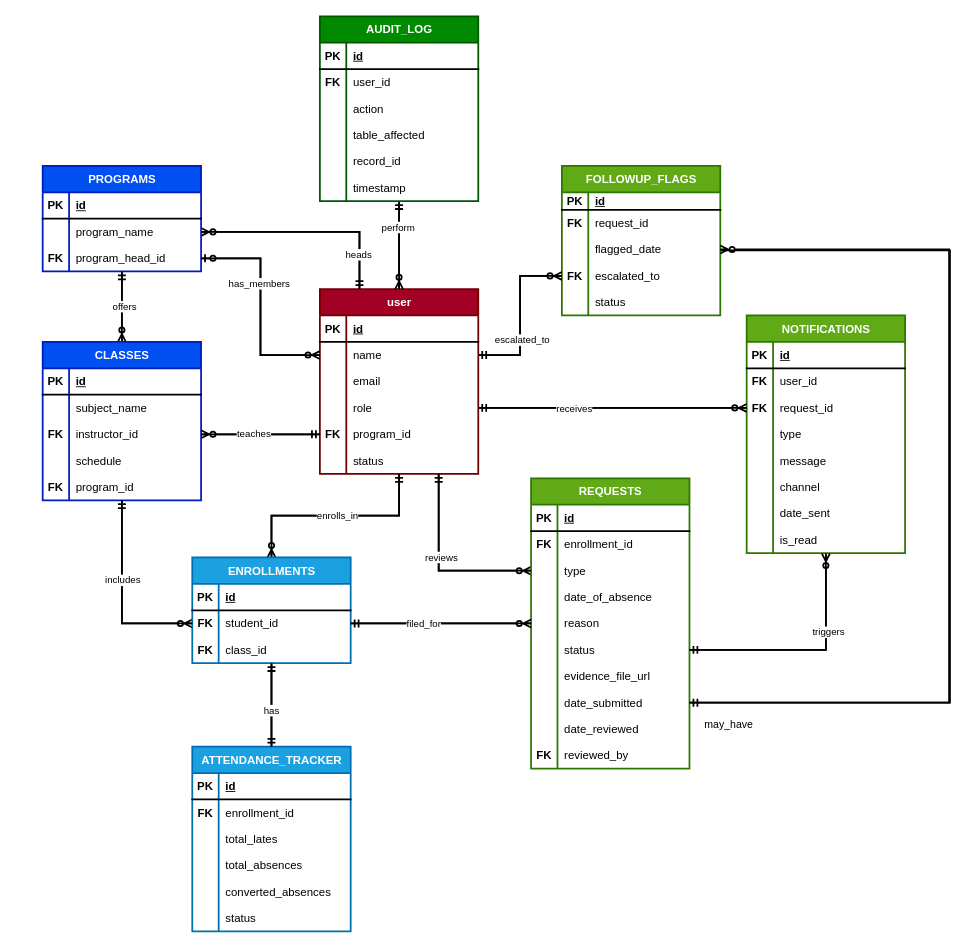
This is backend/ERD.drawio from maki-sushi-distro/Absenteeism-Late-Report-and-Excuse-Letter-Management-Process-ALRM, a draw.io file, before an edit. Source tidied: cells renumbered, new cells numbered last; positions are measured from the earlier drawing's top-left corner, leaving out a move shared by most shapes. Both pictures are drawn from the tidied source at 88%, with x=0, y=0 at pixel (42, 16).
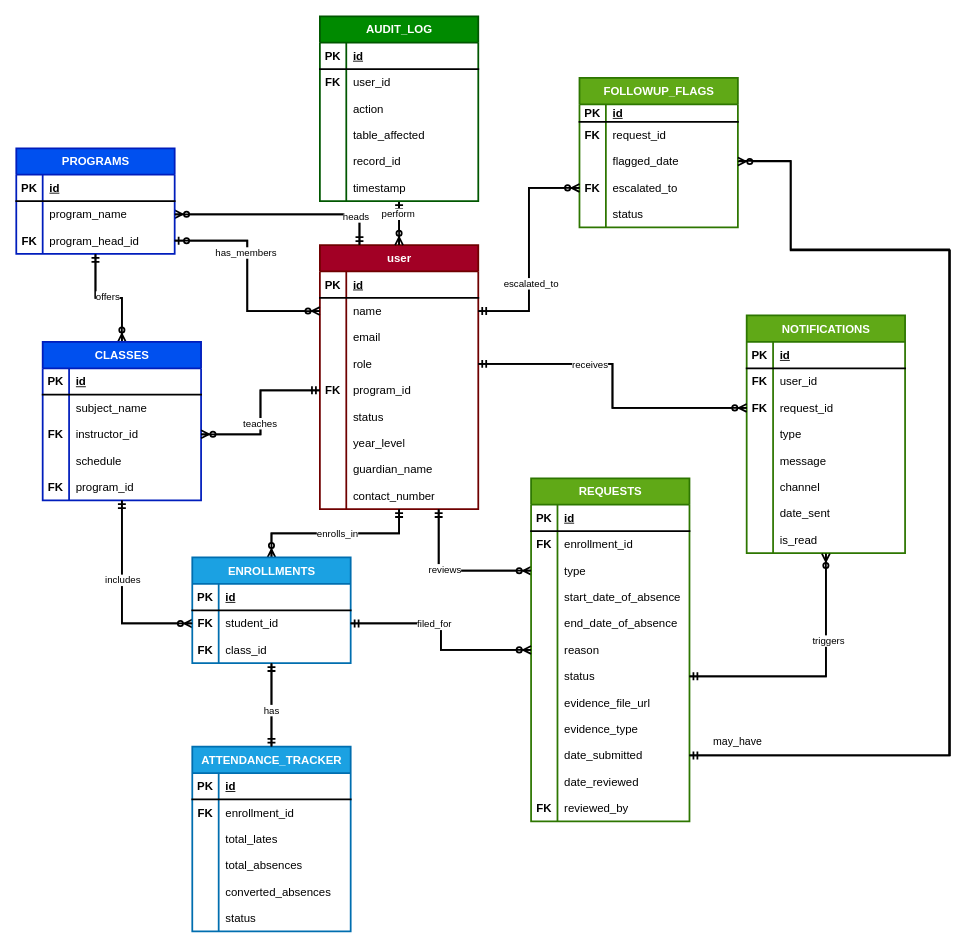
The same page after the edit.

Commit message (it also covers changes not shown here):
added the refactor of ERD and added the controller of instructor and programhead controller

The change refers to these unchanged cells:
```xml
<mxCell id="99" style="shape=tableRow;horizontal=0;startSize=0;swimlaneHead=0;swimlaneBody=0;fillColor=none;top=0;left=0;right=0;bottom=0;fontSize=13;verticalAlign=middle;strokeWidth=2;" parent="89" vertex="1">
  <mxGeometry y="120" width="180" height="30" as="geometry" />
</mxCell>
<mxCell id="127" style="shape=tableRow;horizontal=0;startSize=0;swimlaneHead=0;swimlaneBody=0;fillColor=none;points=[[0,0.5],[1,0.5]];portConstraint=eastwest;top=0;left=0;right=0;bottom=0;fontSize=13;verticalAlign=middle;strokeWidth=2;" parent="120" vertex="1">
  <mxGeometry y="80" width="180" height="30" as="geometry" />
</mxCell>
```

Change to the diagram source:
```diff
@@
     <mxCell id="6" value="user" style="shape=table;startSize=30;childLayout=tableLayout;rowLines=0;fontStyle=1;align=center;html=1;fillColor=#a20025;fontColor=#ffffff;strokeColor=#6F0000;fontSize=13;verticalAlign=middle;strokeWidth=2;" parent="1" vertex="1">
-      <mxGeometry x="315" y="310" width="180" height="210" as="geometry" />
+      <mxGeometry x="315" y="260" width="180" height="300" as="geometry" />
     </mxCell>
@@
+    <mxCell id="209" style="shape=tableRow;horizontal=0;startSize=0;swimlaneHead=0;swimlaneBody=0;fillColor=none;top=0;left=0;right=0;bottom=0;fontSize=13;verticalAlign=middle;strokeWidth=2;" parent="6" vertex="1">
+      <mxGeometry y="180" width="180" height="30" as="geometry" />
+    </mxCell>
+    <mxCell id="210" style="shape=partialRectangle;fillColor=none;top=0;left=0;bottom=0;right=0;overflow=hidden;whiteSpace=wrap;html=1;fontSize=13;verticalAlign=middle;strokeWidth=2;" parent="209" vertex="1">
+      <mxGeometry width="30" height="30" as="geometry" />
+    </mxCell>
+    <mxCell id="211" value="status" style="shape=partialRectangle;fillColor=none;top=0;left=0;bottom=0;right=0;align=left;spacingLeft=6;overflow=hidden;whiteSpace=wrap;html=1;fontSize=13;verticalAlign=middle;strokeWidth=2;" parent="209" vertex="1">
+      <mxGeometry x="30" width="150" height="30" as="geometry" />
+    </mxCell>
+    <mxCell id="212" style="shape=tableRow;horizontal=0;startSize=0;swimlaneHead=0;swimlaneBody=0;fillColor=none;top=0;left=0;right=0;bottom=0;fontSize=13;verticalAlign=middle;strokeWidth=2;" parent="6" vertex="1">
+      <mxGeometry y="210" width="180" height="30" as="geometry" />
+    </mxCell>
+    <mxCell id="213" style="shape=partialRectangle;fillColor=none;top=0;left=0;bottom=0;right=0;overflow=hidden;whiteSpace=wrap;html=1;fontSize=13;verticalAlign=middle;strokeWidth=2;" parent="212" vertex="1">
+      <mxGeometry width="30" height="30" as="geometry" />
+    </mxCell>
+    <mxCell id="214" value="year_level" style="shape=partialRectangle;fillColor=none;top=0;left=0;bottom=0;right=0;align=left;spacingLeft=6;overflow=hidden;whiteSpace=wrap;html=1;fontSize=13;verticalAlign=middle;strokeWidth=2;" parent="212" vertex="1">
+      <mxGeometry x="30" width="150" height="30" as="geometry" />
+    </mxCell>
+    <mxCell id="215" style="shape=tableRow;horizontal=0;startSize=0;swimlaneHead=0;swimlaneBody=0;fillColor=none;top=0;left=0;right=0;bottom=0;fontSize=13;verticalAlign=middle;strokeWidth=2;" parent="6" vertex="1">
+      <mxGeometry y="240" width="180" height="30" as="geometry" />
+    </mxCell>
+    <mxCell id="216" style="shape=partialRectangle;fillColor=none;top=0;left=0;bottom=0;right=0;overflow=hidden;whiteSpace=wrap;html=1;fontSize=13;verticalAlign=middle;strokeWidth=2;" parent="215" vertex="1">
+      <mxGeometry width="30" height="30" as="geometry" />
+    </mxCell>
+    <mxCell id="217" value="guardian_name" style="shape=partialRectangle;fillColor=none;top=0;left=0;bottom=0;right=0;align=left;spacingLeft=6;overflow=hidden;whiteSpace=wrap;html=1;fontSize=13;verticalAlign=middle;strokeWidth=2;" parent="215" vertex="1">
+      <mxGeometry x="30" width="150" height="30" as="geometry" />
+    </mxCell>
     <mxCell id="22" style="shape=tableRow;horizontal=0;startSize=0;swimlaneHead=0;swimlaneBody=0;fillColor=none;top=0;left=0;right=0;bottom=0;fontSize=13;verticalAlign=middle;strokeWidth=2;" parent="6" vertex="1">
-      <mxGeometry y="180" width="180" height="30" as="geometry" />
+      <mxGeometry y="270" width="180" height="30" as="geometry" />
     </mxCell>
@@
-    <mxCell id="24" value="status" style="shape=partialRectangle;fillColor=none;top=0;left=0;bottom=0;right=0;align=left;spacingLeft=6;overflow=hidden;whiteSpace=wrap;html=1;fontSize=13;verticalAlign=middle;strokeWidth=2;" parent="22" vertex="1">
+    <mxCell id="24" value="contact_number" style="shape=partialRectangle;fillColor=none;top=0;left=0;bottom=0;right=0;align=left;spacingLeft=6;overflow=hidden;whiteSpace=wrap;html=1;fontSize=13;verticalAlign=middle;strokeWidth=2;" parent="22" vertex="1">
       <mxGeometry x="30" width="150" height="30" as="geometry" />
     </mxCell>
@@
     <mxCell id="47" value="PROGRAMS" style="shape=table;startSize=30;childLayout=tableLayout;rowLines=0;fontStyle=1;align=center;html=1;fillColor=#0050ef;fontColor=#ffffff;strokeColor=#001DBC;fontSize=13;verticalAlign=middle;strokeWidth=2;" parent="1" vertex="1">
-      <mxGeometry y="170" width="180" height="120" as="geometry" />
+      <mxGeometry x="-30" y="150" width="180" height="120" as="geometry" />
     </mxCell>
@@
     <mxCell id="89" value="REQUESTS" style="shape=table;startSize=30;childLayout=tableLayout;rowLines=0;fontStyle=1;align=center;html=1;fillColor=#60a917;fontColor=#ffffff;strokeColor=#2D7600;fontSize=13;verticalAlign=middle;strokeWidth=2;" parent="1" vertex="1">
-      <mxGeometry x="555" y="525" width="180" height="330" as="geometry" />
+      <mxGeometry x="555" y="525" width="180" height="390" as="geometry" />
     </mxCell>
@@
-    <mxCell id="101" value="&lt;div&gt;date_of_absence&lt;/div&gt;" style="shape=partialRectangle;fillColor=none;top=0;left=0;bottom=0;right=0;align=left;spacingLeft=6;overflow=hidden;whiteSpace=wrap;html=1;fontSize=13;verticalAlign=middle;strokeWidth=2;" parent="99" vertex="1">
+    <mxCell id="101" value="&lt;div&gt;start_date_of_absence&lt;/div&gt;" style="shape=partialRectangle;fillColor=none;top=0;left=0;bottom=0;right=0;align=left;spacingLeft=6;overflow=hidden;whiteSpace=wrap;html=1;fontSize=13;verticalAlign=middle;strokeWidth=2;" parent="99" vertex="1">
       <mxGeometry x="30" width="150" height="30" as="geometry" />
     </mxCell>
+    <mxCell id="218" style="shape=tableRow;horizontal=0;startSize=0;swimlaneHead=0;swimlaneBody=0;fillColor=none;top=0;left=0;right=0;bottom=0;fontSize=13;verticalAlign=middle;strokeWidth=2;" parent="89" vertex="1">
+      <mxGeometry y="150" width="180" height="30" as="geometry" />
+    </mxCell>
+    <mxCell id="219" style="shape=partialRectangle;fillColor=none;top=0;left=0;bottom=0;right=0;overflow=hidden;whiteSpace=wrap;html=1;fontSize=13;verticalAlign=middle;strokeWidth=2;" parent="218" vertex="1">
+      <mxGeometry width="30" height="30" as="geometry" />
+    </mxCell>
+    <mxCell id="220" value="&lt;div&gt;end_date_of_absence&lt;/div&gt;" style="shape=partialRectangle;fillColor=none;top=0;left=0;bottom=0;right=0;align=left;spacingLeft=6;overflow=hidden;whiteSpace=wrap;html=1;fontSize=13;verticalAlign=middle;strokeWidth=2;" parent="218" vertex="1">
+      <mxGeometry x="30" width="150" height="30" as="geometry" />
+    </mxCell>
     <mxCell id="102" style="shape=tableRow;horizontal=0;startSize=0;swimlaneHead=0;swimlaneBody=0;fillColor=none;points=[[0,0.5],[1,0.5]];portConstraint=eastwest;top=0;left=0;right=0;bottom=0;fontSize=13;verticalAlign=middle;strokeWidth=2;" parent="89" vertex="1">
-      <mxGeometry y="150" width="180" height="30" as="geometry" />
+      <mxGeometry y="180" width="180" height="30" as="geometry" />
     </mxCell>
@@
     <mxCell id="105" style="shape=tableRow;horizontal=0;startSize=0;swimlaneHead=0;swimlaneBody=0;fillColor=none;points=[[0,0.5],[1,0.5]];portConstraint=eastwest;top=0;left=0;right=0;bottom=0;fontSize=13;verticalAlign=middle;strokeWidth=2;" parent="89" vertex="1">
-      <mxGeometry y="180" width="180" height="30" as="geometry" />
+      <mxGeometry y="210" width="180" height="30" as="geometry" />
     </mxCell>
@@
+    <mxCell id="221" style="shape=tableRow;horizontal=0;startSize=0;swimlaneHead=0;swimlaneBody=0;fillColor=none;top=0;left=0;right=0;bottom=0;fontSize=13;verticalAlign=middle;strokeWidth=2;" parent="89" vertex="1">
+      <mxGeometry y="240" width="180" height="30" as="geometry" />
+    </mxCell>
+    <mxCell id="222" style="shape=partialRectangle;fillColor=none;top=0;left=0;bottom=0;right=0;overflow=hidden;whiteSpace=wrap;html=1;fontSize=13;verticalAlign=middle;strokeWidth=2;" parent="221" vertex="1">
+      <mxGeometry width="30" height="30" as="geometry" />
+    </mxCell>
+    <mxCell id="223" value="&lt;div&gt;evidence_file_url&lt;/div&gt;" style="shape=partialRectangle;fillColor=none;top=0;left=0;bottom=0;right=0;align=left;spacingLeft=6;overflow=hidden;whiteSpace=wrap;html=1;fontSize=13;verticalAlign=middle;strokeWidth=2;" parent="221" vertex="1">
+      <mxGeometry x="30" width="150" height="30" as="geometry" />
+    </mxCell>
     <mxCell id="108" style="shape=tableRow;horizontal=0;startSize=0;swimlaneHead=0;swimlaneBody=0;fillColor=none;top=0;left=0;right=0;bottom=0;fontSize=13;verticalAlign=middle;strokeWidth=2;" parent="89" vertex="1">
-      <mxGeometry y="210" width="180" height="30" as="geometry" />
+      <mxGeometry y="270" width="180" height="30" as="geometry" />
     </mxCell>
@@
-    <mxCell id="110" value="&lt;div&gt;evidence_file_url&lt;/div&gt;" style="shape=partialRectangle;fillColor=none;top=0;left=0;bottom=0;right=0;align=left;spacingLeft=6;overflow=hidden;whiteSpace=wrap;html=1;fontSize=13;verticalAlign=middle;strokeWidth=2;" parent="108" vertex="1">
+    <mxCell id="110" value="&lt;div&gt;evidence_type&lt;/div&gt;" style="shape=partialRectangle;fillColor=none;top=0;left=0;bottom=0;right=0;align=left;spacingLeft=6;overflow=hidden;whiteSpace=wrap;html=1;fontSize=13;verticalAlign=middle;strokeWidth=2;" parent="108" vertex="1">
       <mxGeometry x="30" width="150" height="30" as="geometry" />
     </mxCell>
     <mxCell id="111" style="shape=tableRow;horizontal=0;startSize=0;swimlaneHead=0;swimlaneBody=0;fillColor=none;points=[[0,0.5],[1,0.5]];portConstraint=eastwest;top=0;left=0;right=0;bottom=0;fontSize=13;verticalAlign=middle;strokeWidth=2;" parent="89" vertex="1">
-      <mxGeometry y="240" width="180" height="30" as="geometry" />
+      <mxGeometry y="300" width="180" height="30" as="geometry" />
     </mxCell>
@@
     <mxCell id="114" style="shape=tableRow;horizontal=0;startSize=0;swimlaneHead=0;swimlaneBody=0;fillColor=none;top=0;left=0;right=0;bottom=0;fontSize=13;verticalAlign=middle;strokeWidth=2;" parent="89" vertex="1">
-      <mxGeometry y="270" width="180" height="30" as="geometry" />
+      <mxGeometry y="330" width="180" height="30" as="geometry" />
     </mxCell>
@@
     <mxCell id="117" style="shape=tableRow;horizontal=0;startSize=0;swimlaneHead=0;swimlaneBody=0;fillColor=none;top=0;left=0;right=0;bottom=0;fontSize=13;verticalAlign=middle;strokeWidth=2;" parent="89" vertex="1">
-      <mxGeometry y="300" width="180" height="30" as="geometry" />
+      <mxGeometry y="360" width="180" height="30" as="geometry" />
     </mxCell>
@@
     <mxCell id="120" value="&lt;div&gt;FOLLOWUP_FLAGS&lt;/div&gt;" style="shape=table;startSize=30;childLayout=tableLayout;rowLines=0;fontStyle=1;align=center;html=1;fillColor=#60a917;fontColor=#ffffff;strokeColor=#2D7600;fontSize=13;verticalAlign=middle;strokeWidth=2;" parent="1" vertex="1">
-      <mxGeometry x="590" y="170" width="180" height="170" as="geometry" />
+      <mxGeometry x="610" y="70" width="180" height="170" as="geometry" />
     </mxCell>
@@
     <mxCell id="206" style="edgeStyle=orthogonalEdgeStyle;rounded=0;jettySize=auto;html=1;strokeWidth=2;endArrow=ERmandOne;endFill=0;entryX=1;entryY=0.5;entryDx=0;entryDy=0;exitX=1.006;exitY=0.481;exitDx=0;exitDy=0;exitPerimeter=0;" parent="1" edge="1" source="127" target="111">
       <mxGeometry relative="1" as="geometry">
         <Array as="points">
-          <mxPoint x="771.1" y="266" />
+          <mxPoint x="850" y="164" />
+          <mxPoint x="850" y="266" />
           <mxPoint x="1031" y="266" />
-          <mxPoint x="1031" y="780" />
+          <mxPoint x="1031" y="840" />
         </Array>
       </mxGeometry>
     </mxCell>
     <mxCell id="207" style="edgeStyle=orthogonalEdgeStyle;rounded=0;jettySize=auto;html=1;strokeWidth=2;endArrow=ERzeroToMany;endFill=0;exitX=1;exitY=0.5;exitDx=0;exitDy=0;entryX=1;entryY=0.5;entryDx=0;entryDy=0;" parent="1" edge="1" source="111" target="127">
       <mxGeometry relative="1" as="geometry">
         <Array as="points">
-          <mxPoint x="1030" y="780" />
+          <mxPoint x="1030" y="840" />
           <mxPoint x="1030" y="265" />
+          <mxPoint x="850" y="265" />
+          <mxPoint x="850" y="165" />
         </Array>
       </mxGeometry>
     </mxCell>
     <mxCell id="208" value="may_have" style="text;html=1;whiteSpace=wrap;strokeColor=none;fillColor=none;align=center;verticalAlign=middle;rounded=0;" parent="1" vertex="1">
-      <mxGeometry x="750" y="790" width="60" height="30" as="geometry" />
+      <mxGeometry x="760" y="810" width="60" height="30" as="geometry" />
     </mxCell>
```
